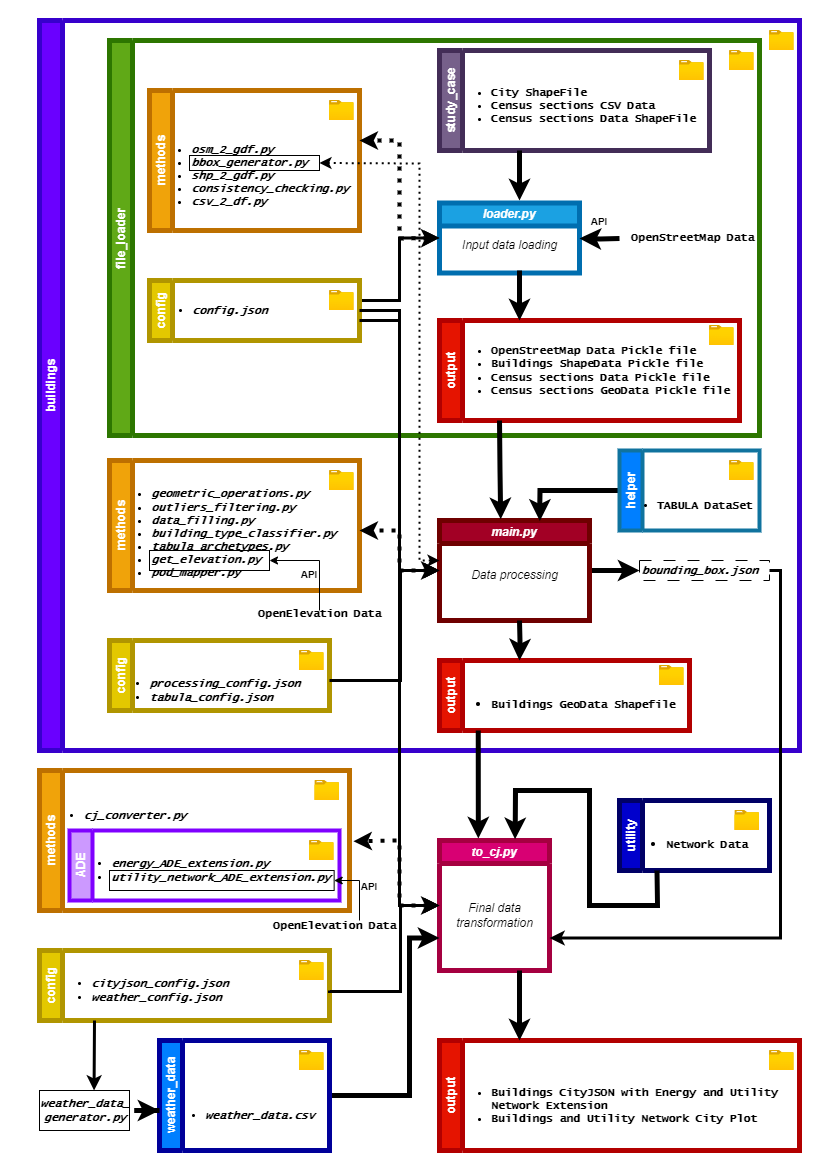
Earlier version of the draw.io export pipeline_diagram.png (ElTure97/A-standardised-GIS-based-tool-to-automate-urban-scenario-making). Source tidied: cells renumbered, new cells last; positions are measured from the earlier drawing's top-left corner, leaving out a move shared by most shapes.
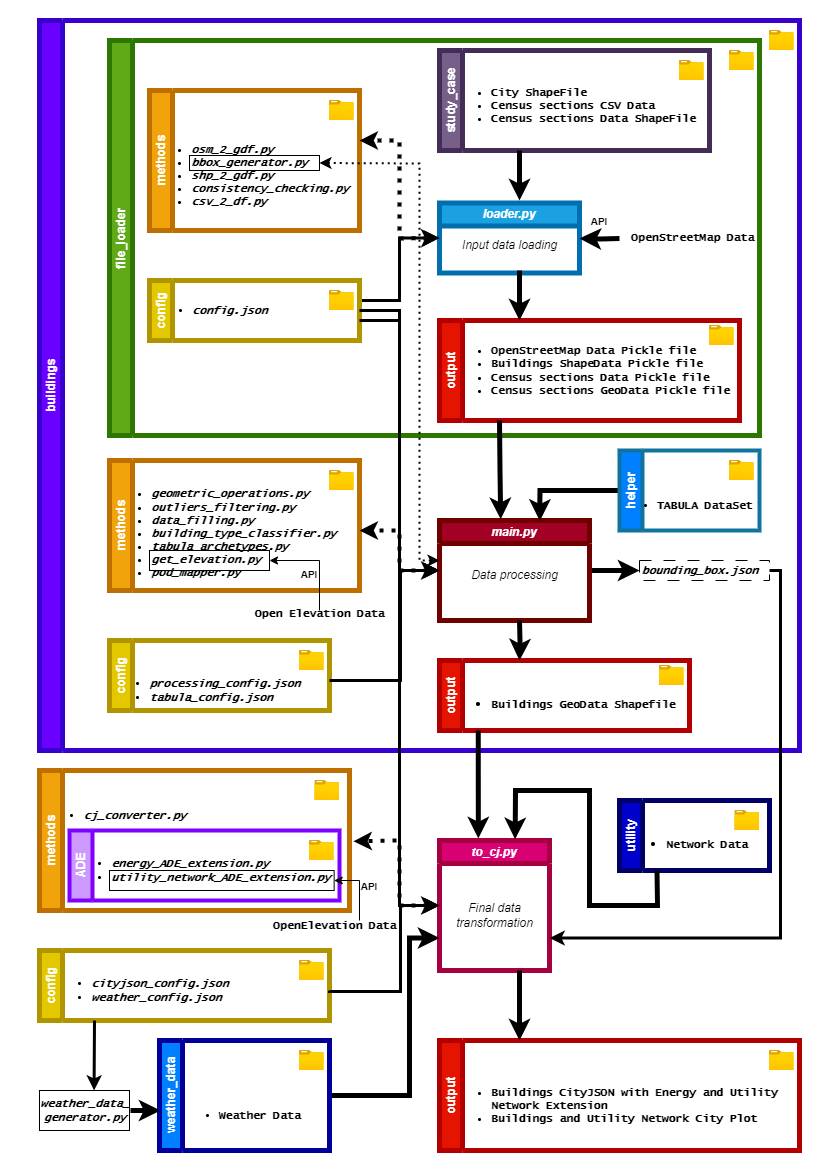
After the commit.

Change to the diagram source:
```diff
@@ -301,7 +301,7 @@
         </Array>
       </mxGeometry>
     </mxCell>
-    <mxCell id="75" value="&lt;font size=&quot;1&quot; face=&quot;Lucida Console&quot;&gt;&lt;b style=&quot;font-size: 11px;&quot;&gt;OpenElevation Data&lt;/b&gt;&lt;/font&gt;" style="text;html=1;align=center;verticalAlign=middle;strokeColor=none;fillColor=none;" parent="1" vertex="1">
+    <mxCell id="75" value="&lt;font size=&quot;1&quot; face=&quot;Lucida Console&quot;&gt;&lt;b style=&quot;font-size: 11px;&quot;&gt;Open Elevation Data&lt;/b&gt;&lt;/font&gt;" style="text;html=1;align=center;verticalAlign=middle;strokeColor=none;fillColor=none;" parent="1" vertex="1">
       <mxGeometry x="215" y="578" width="150" height="30" as="geometry" />
     </mxCell>
     <mxCell id="76" style="endArrow=classic;html=1;rounded=0;entryX=1;entryY=0.5;entryDx=0;entryDy=0;" parent="1" edge="1" target="58">
@@ -329,14 +329,17 @@
     <mxCell id="80" value="weather_data" style="swimlane;horizontal=0;whiteSpace=wrap;html=1;align=center;fillColor=#007FFF;fontColor=#FFFFFF;strokeWidth=5;strokeColor=#000099;" parent="1" vertex="1">
       <mxGeometry x="130" y="1020" width="170" height="110" as="geometry" />
     </mxCell>
-    <mxCell id="81" value="&lt;ul&gt;&lt;li&gt;weather_data.csv&lt;/li&gt;&lt;/ul&gt;" style="text;html=1;align=center;verticalAlign=middle;points=[];strokeColor=none;fillColor=none;fontStyle=3;fontFamily=Lucida Console;fontSize=11;" parent="80" vertex="1">
-      <mxGeometry x="-5.3" y="50" width="170" height="50" as="geometry" />
+    <mxCell id="81" value="&lt;ul&gt;&lt;li&gt;&lt;span style=&quot;font-style: normal;&quot;&gt;Weather Data&lt;/span&gt;&lt;/li&gt;&lt;/ul&gt;" style="text;html=1;align=center;verticalAlign=middle;points=[];strokeColor=none;fillColor=none;fontStyle=3;fontFamily=Lucida Console;fontSize=11;" parent="80" vertex="1">
+      <mxGeometry x="4.7" y="50" width="150" height="50" as="geometry" />
     </mxCell>
     <mxCell id="82" style="image;html=1;align=center;fontSize=12;image=img/lib/azure2/general/Folder_Blank.svg;" parent="80" vertex="1">
       <mxGeometry x="140" y="10" width="24.6" height="20" as="geometry" />
     </mxCell>
-    <mxCell id="83" style="edgeStyle=orthogonalEdgeStyle;rounded=0;jettySize=auto;html=1;entryX=0.031;entryY=0.4;entryDx=0;entryDy=0;entryPerimeter=0;strokeWidth=5;" parent="1" edge="1" source="84" target="81">
-      <mxGeometry relative="1" as="geometry" />
+    <mxCell id="83" style="edgeStyle=orthogonalEdgeStyle;rounded=0;orthogonalLoop=1;jettySize=auto;html=1;strokeWidth=5;" parent="1" edge="1">
+      <mxGeometry relative="1" as="geometry">
+        <mxPoint x="101" y="1090" as="sourcePoint" />
+        <mxPoint x="131" y="1090" as="targetPoint" />
+      </mxGeometry>
     </mxCell>
     <mxCell id="84" value="weather_data_&lt;br&gt;generator.py" style="text;html=1;align=center;verticalAlign=middle;points=[];strokeColor=none;fillColor=none;fontStyle=3;fontFamily=Lucida Console;fontSize=11;" parent="1" vertex="1">
       <mxGeometry y="1070" width="110" height="40" as="geometry" />
```
